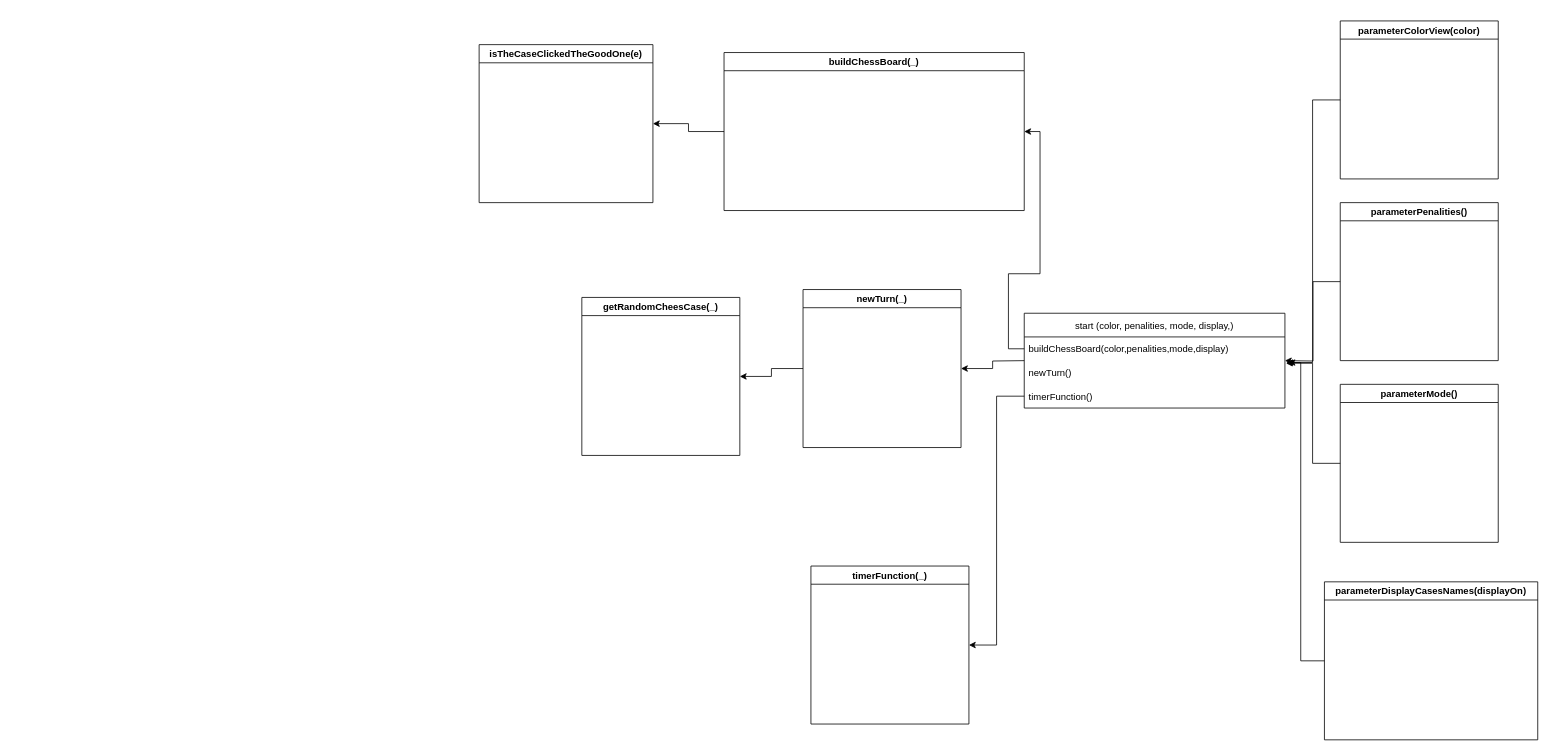
Before: Untitled Diagram.drawio in LouisMaupas/chessCoordinateReverse, a draw.io diagram. Source tidied: cells renumbered, new cells numbered last; positions are measured from the earlier drawing's top-left corner, leaving out a move shared by most shapes. Both pictures are drawn from the tidied source at 79%, with x=0, y=0 at pixel (479, 21).
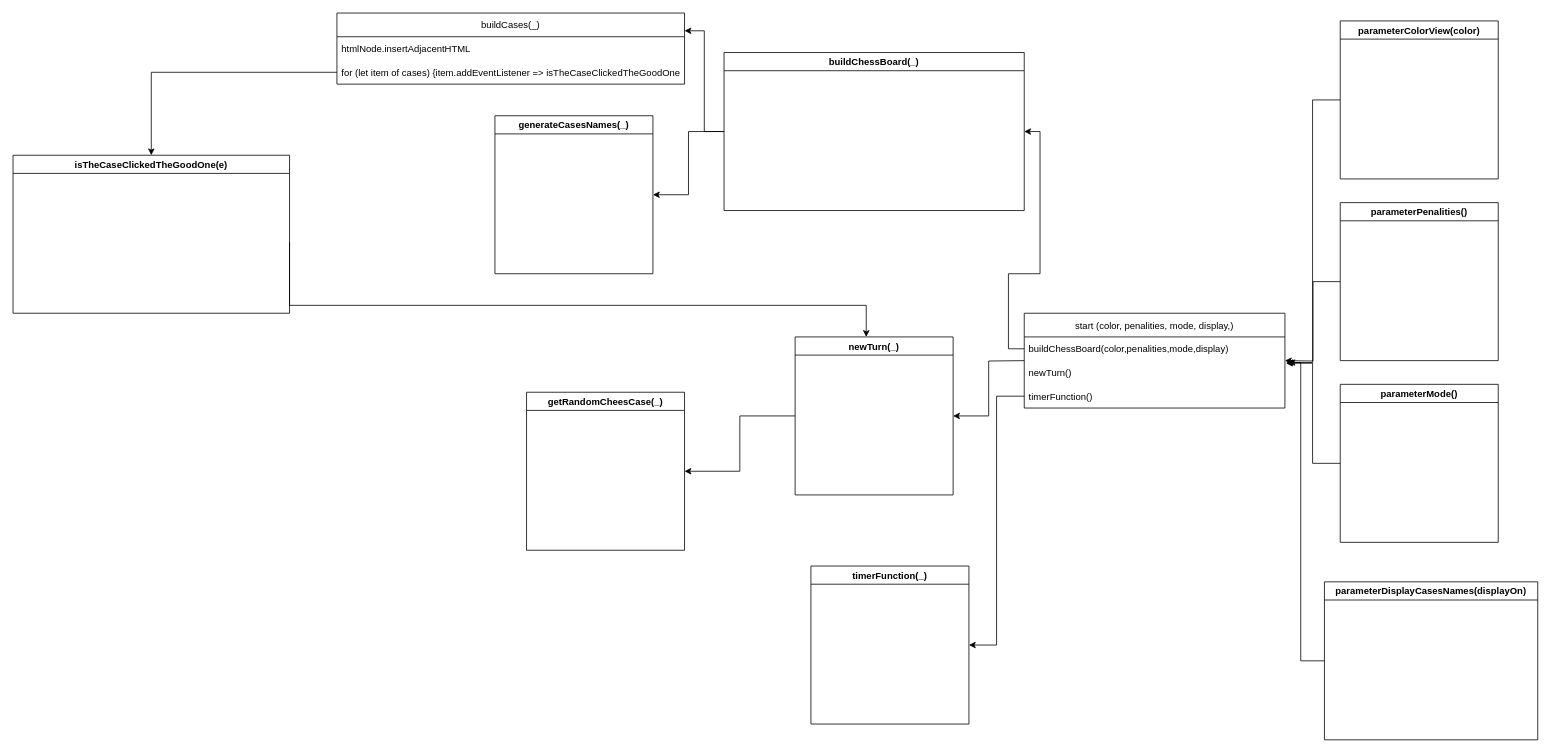
After the change.

Unchanged cells that the change refers to:
```xml
<mxCell id="11" value="buildChessBoard(_)" style="swimlane;" parent="1" vertex="1">
  <mxGeometry x="310" y="40" width="380" height="200" as="geometry" />
</mxCell>
```

Change to the diagram source:
```diff
@@
     <mxCell id="5" value="getRandomCheesCase(_)" style="swimlane;" parent="1" vertex="1">
-      <mxGeometry x="130" y="350" width="200" height="200" as="geometry" />
+      <mxGeometry x="60" y="470" width="200" height="200" as="geometry" />
     </mxCell>
@@
     <mxCell id="8" value="newTurn(_)" style="swimlane;" parent="1" vertex="1">
-      <mxGeometry x="410" y="340" width="200" height="200" as="geometry" />
+      <mxGeometry x="400" y="400" width="200" height="200" as="geometry" />
     </mxCell>
+    <mxCell id="24" style="edgeStyle=orthogonalEdgeStyle;rounded=0;jettySize=auto;html=1;" parent="1" edge="1" target="8">
+      <mxGeometry relative="1" as="geometry">
+        <mxPoint x="-240" y="280" as="sourcePoint" />
+        <Array as="points">
+          <mxPoint x="490" y="360" />
+        </Array>
+      </mxGeometry>
+    </mxCell>
     <mxCell id="9" value="isTheCaseClickedTheGoodOne(e)" style="swimlane;" parent="1" vertex="1">
-      <mxGeometry y="30" width="220" height="200" as="geometry" />
+      <mxGeometry x="-590" y="170" width="350" height="200" as="geometry" />
     </mxCell>
-    <mxCell id="10" style="edgeStyle=orthogonalEdgeStyle;rounded=0;jettySize=auto;html=1;entryX=1;entryY=0.5;entryDx=0;entryDy=0;" parent="1" edge="1" source="11" target="9">
-      <mxGeometry relative="1" as="geometry" />
-    </mxCell>
+    <mxCell id="25" style="edgeStyle=orthogonalEdgeStyle;rounded=0;jettySize=auto;html=1;entryX=1;entryY=0.25;entryDx=0;entryDy=0;" parent="1" edge="1" source="11" target="28">
+      <mxGeometry relative="1" as="geometry" />
+    </mxCell>
+    <mxCell id="26" style="edgeStyle=orthogonalEdgeStyle;rounded=0;jettySize=auto;html=1;" parent="1" edge="1" source="11" target="27">
+      <mxGeometry relative="1" as="geometry" />
+    </mxCell>
@@
+    <mxCell id="27" value="generateCasesNames(_)" style="swimlane;" parent="1" vertex="1">
+      <mxGeometry x="20" y="120" width="200" height="200" as="geometry" />
+    </mxCell>
+    <mxCell id="28" value="buildCases(_)" style="swimlane;fontStyle=0;horizontal=1;startSize=30;" parent="1" vertex="1">
+      <mxGeometry x="-180" y="-10" width="440" height="90" as="geometry" />
+    </mxCell>
+    <mxCell id="29" value="htmlNode.insertAdjacentHTML" style="text;strokeColor=none;fillColor=none;align=left;verticalAlign=middle;spacingLeft=4;spacingRight=4;overflow=hidden;" parent="28" vertex="1">
+      <mxGeometry y="30" width="440" height="30" as="geometry" />
+    </mxCell>
+    <mxCell id="30" value="for (let item of cases) {item.addEventListener =&gt; isTheCaseClickedTheGoodOne }" style="text;strokeColor=none;fillColor=none;align=left;verticalAlign=middle;spacingLeft=4;spacingRight=4;overflow=hidden;points=[[0,0.5],[1,0.5]];portConstraint=eastwest;" parent="28" vertex="1">
+      <mxGeometry y="60" width="440" height="30" as="geometry" />
+    </mxCell>
+    <mxCell id="31" style="edgeStyle=orthogonalEdgeStyle;rounded=0;jettySize=auto;html=1;" parent="1" edge="1" source="30" target="9">
+      <mxGeometry relative="1" as="geometry" />
+    </mxCell>
```
